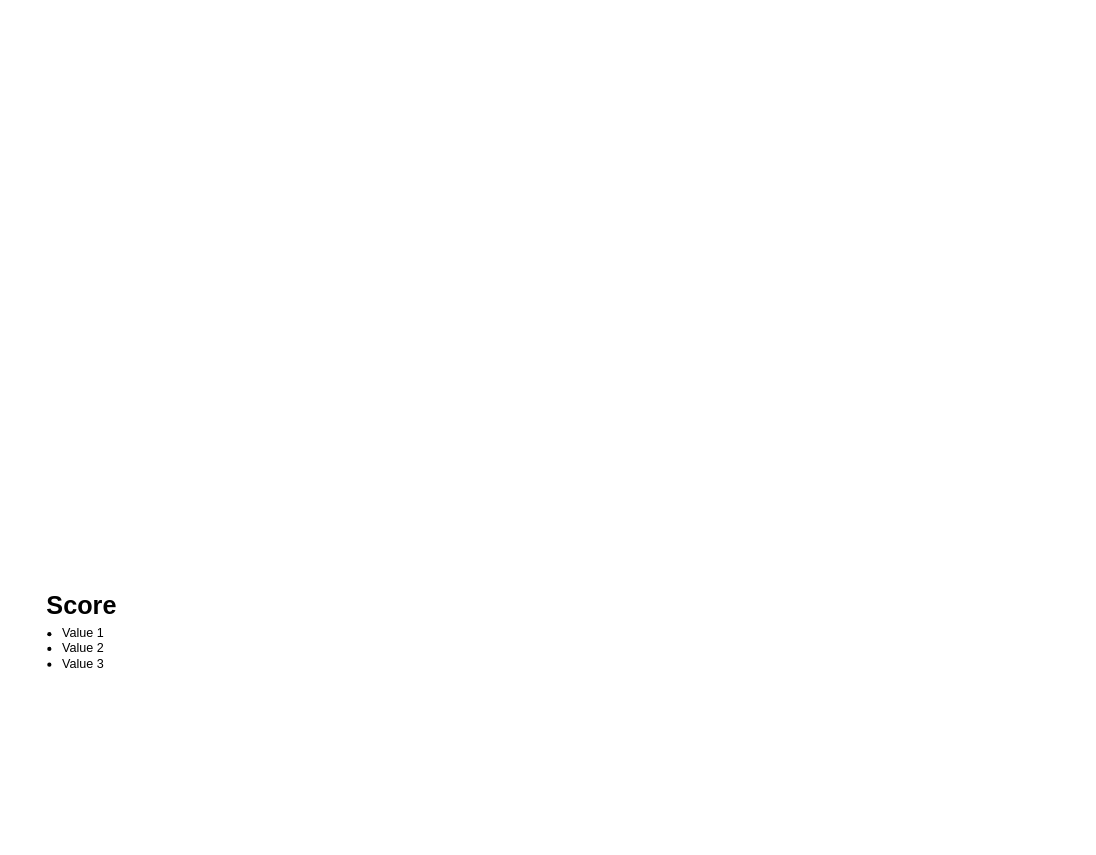
icheglakov/diagrams_ keeps this draw.io diagram as bet.drawio. Above is the earlier version. Source tidied: cells renumbered, new cells numbered last; positions are measured from the earlier drawing's top-left corner, leaving out a move shared by most shapes. Both pictures are drawn from the tidied source at 105%, with x=0, y=0 at pixel (18, 585).
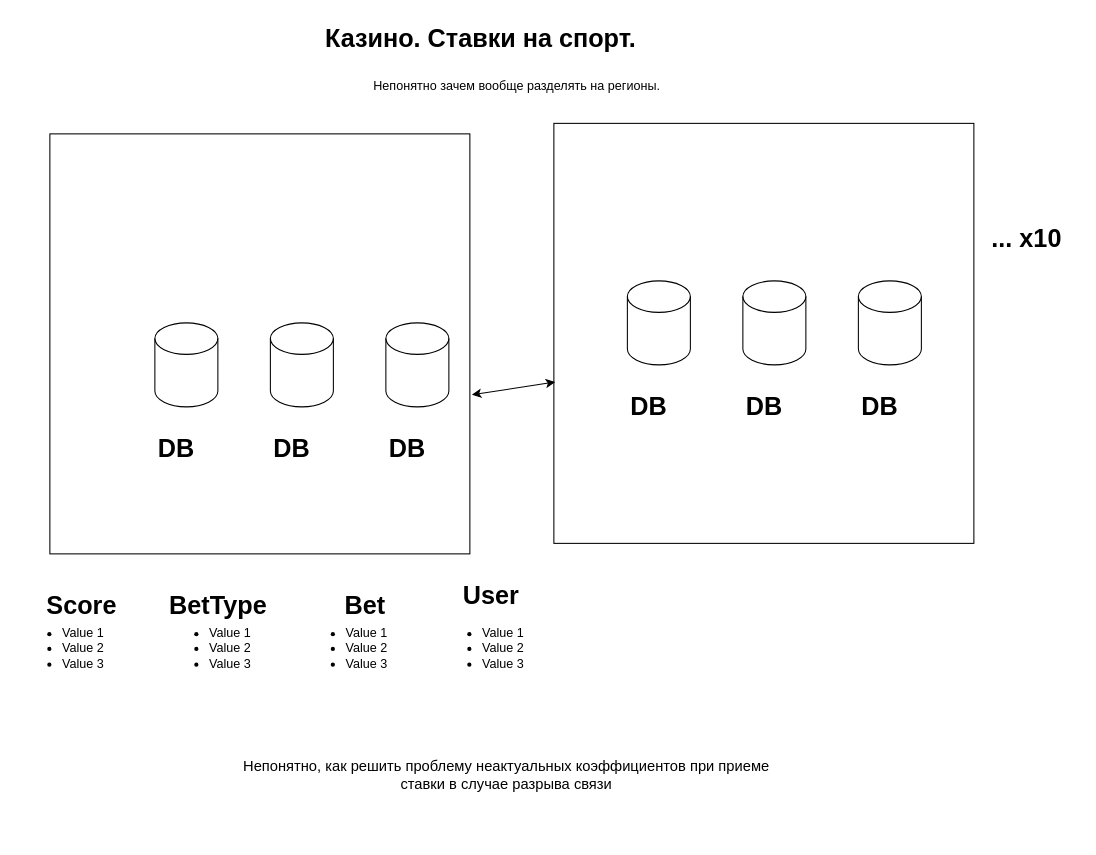
The same diagram, later.

What changed in the source:
```diff
@@
+    <mxCell id="4" style="whiteSpace=wrap;html=1;" parent="1" vertex="1">
+      <mxGeometry x="30" y="-430" width="400" height="400" as="geometry" />
+    </mxCell>
@@
+    <mxCell id="5" value="&lt;ul&gt;&lt;li&gt;Value 1&lt;/li&gt;&lt;li&gt;Value 2&lt;/li&gt;&lt;li&gt;Value 3&lt;/li&gt;&lt;/ul&gt;" style="text;strokeColor=none;fillColor=none;html=1;whiteSpace=wrap;verticalAlign=middle;overflow=hidden;" parent="1" vertex="1">
+      <mxGeometry x="140" y="20" width="100" height="80" as="geometry" />
+    </mxCell>
+    <mxCell id="6" value="BetType" style="text;strokeColor=none;fillColor=none;html=1;fontSize=24;fontStyle=1;verticalAlign=middle;align=center;" parent="1" vertex="1">
+      <mxGeometry x="140" width="100" height="40" as="geometry" />
+    </mxCell>
+    <mxCell id="7" value="&lt;ul&gt;&lt;li&gt;Value 1&lt;/li&gt;&lt;li&gt;Value 2&lt;/li&gt;&lt;li&gt;Value 3&lt;/li&gt;&lt;/ul&gt;" style="text;strokeColor=none;fillColor=none;html=1;whiteSpace=wrap;verticalAlign=middle;overflow=hidden;" parent="1" vertex="1">
+      <mxGeometry x="270" y="20" width="100" height="80" as="geometry" />
+    </mxCell>
+    <mxCell id="8" value="Bet" style="text;strokeColor=none;fillColor=none;html=1;fontSize=24;fontStyle=1;verticalAlign=middle;align=center;" parent="1" vertex="1">
+      <mxGeometry x="280" width="100" height="40" as="geometry" />
+    </mxCell>
+    <mxCell id="9" value="Казино. Ставки на спорт." style="text;strokeColor=none;fillColor=none;html=1;fontSize=24;fontStyle=1;verticalAlign=middle;align=center;" parent="1" vertex="1">
+      <mxGeometry x="390" y="-540" width="100" height="40" as="geometry" />
+    </mxCell>
+    <mxCell id="10" value="User" style="text;strokeColor=none;fillColor=none;html=1;fontSize=24;fontStyle=1;verticalAlign=middle;align=center;" parent="1" vertex="1">
+      <mxGeometry x="400" y="-10" width="100" height="40" as="geometry" />
+    </mxCell>
+    <mxCell id="11" value="&lt;ul&gt;&lt;li&gt;Value 1&lt;/li&gt;&lt;li&gt;Value 2&lt;/li&gt;&lt;li&gt;Value 3&lt;/li&gt;&lt;/ul&gt;" style="text;strokeColor=none;fillColor=none;html=1;whiteSpace=wrap;verticalAlign=middle;overflow=hidden;" parent="1" vertex="1">
+      <mxGeometry x="400" y="20" width="100" height="80" as="geometry" />
+    </mxCell>
+    <mxCell id="12" style="whiteSpace=wrap;html=1;" parent="1" vertex="1">
+      <mxGeometry x="510" y="-440" width="400" height="400" as="geometry" />
+    </mxCell>
+    <mxCell id="13" value="... x10" style="text;strokeColor=none;fillColor=none;html=1;fontSize=24;fontStyle=1;verticalAlign=middle;align=center;" parent="1" vertex="1">
+      <mxGeometry x="910" y="-350" width="100" height="40" as="geometry" />
+    </mxCell>
+    <mxCell id="14" value="&lt;font style=&quot;font-size: 14px;&quot;&gt;Непонятно, как решить проблему неактуальных коэффициентов при приеме ставки в случае разрыва связи&lt;/font&gt;" style="text;html=1;strokeColor=none;fillColor=none;align=center;verticalAlign=middle;whiteSpace=wrap;rounded=0;" parent="1" vertex="1">
+      <mxGeometry x="210" y="120" width="510" height="120" as="geometry" />
+    </mxCell>
+    <mxCell id="15" style="shape=cylinder3;whiteSpace=wrap;html=1;boundedLbl=1;backgroundOutline=1;size=15;" parent="1" vertex="1">
+      <mxGeometry x="130" y="-250" width="60" height="80" as="geometry" />
+    </mxCell>
+    <mxCell id="16" style="shape=cylinder3;whiteSpace=wrap;html=1;boundedLbl=1;backgroundOutline=1;size=15;" parent="1" vertex="1">
+      <mxGeometry x="350" y="-250" width="60" height="80" as="geometry" />
+    </mxCell>
+    <mxCell id="17" style="shape=cylinder3;whiteSpace=wrap;html=1;boundedLbl=1;backgroundOutline=1;size=15;" parent="1" vertex="1">
+      <mxGeometry x="240" y="-250" width="60" height="80" as="geometry" />
+    </mxCell>
+    <mxCell id="18" value="DB" style="text;strokeColor=none;fillColor=none;html=1;fontSize=24;fontStyle=1;verticalAlign=middle;align=center;" parent="1" vertex="1">
+      <mxGeometry x="100" y="-150" width="100" height="40" as="geometry" />
+    </mxCell>
+    <mxCell id="19" value="DB" style="text;strokeColor=none;fillColor=none;html=1;fontSize=24;fontStyle=1;verticalAlign=middle;align=center;" parent="1" vertex="1">
+      <mxGeometry x="320" y="-150" width="100" height="40" as="geometry" />
+    </mxCell>
+    <mxCell id="20" value="DB" style="text;strokeColor=none;fillColor=none;html=1;fontSize=24;fontStyle=1;verticalAlign=middle;align=center;" parent="1" vertex="1">
+      <mxGeometry x="210" y="-150" width="100" height="40" as="geometry" />
+    </mxCell>
+    <mxCell id="21" style="endArrow=classic;startArrow=classic;html=1;rounded=0;exitX=1.005;exitY=0.621;exitDx=0;exitDy=0;exitPerimeter=0;entryX=0.003;entryY=0.616;entryDx=0;entryDy=0;entryPerimeter=0;" parent="1" edge="1" source="4" target="12">
+      <mxGeometry relative="1" as="geometry" />
+    </mxCell>
+    <mxCell id="22" value="Непонятно зачем вообще разделять на регионы." style="text;html=1;strokeColor=none;fillColor=none;align=center;verticalAlign=middle;whiteSpace=wrap;rounded=0;" parent="1" vertex="1">
+      <mxGeometry x="140" y="-490" width="670" height="30" as="geometry" />
+    </mxCell>
+    <mxCell id="23" style="shape=cylinder3;whiteSpace=wrap;html=1;boundedLbl=1;backgroundOutline=1;size=15;" parent="1" vertex="1">
+      <mxGeometry x="580" y="-290" width="60" height="80" as="geometry" />
+    </mxCell>
+    <mxCell id="24" style="shape=cylinder3;whiteSpace=wrap;html=1;boundedLbl=1;backgroundOutline=1;size=15;" parent="1" vertex="1">
+      <mxGeometry x="800" y="-290" width="60" height="80" as="geometry" />
+    </mxCell>
+    <mxCell id="25" style="shape=cylinder3;whiteSpace=wrap;html=1;boundedLbl=1;backgroundOutline=1;size=15;" parent="1" vertex="1">
+      <mxGeometry x="690" y="-290" width="60" height="80" as="geometry" />
+    </mxCell>
+    <mxCell id="26" value="DB" style="text;strokeColor=none;fillColor=none;html=1;fontSize=24;fontStyle=1;verticalAlign=middle;align=center;" parent="1" vertex="1">
+      <mxGeometry x="550" y="-190" width="100" height="40" as="geometry" />
+    </mxCell>
+    <mxCell id="27" value="DB" style="text;strokeColor=none;fillColor=none;html=1;fontSize=24;fontStyle=1;verticalAlign=middle;align=center;" parent="1" vertex="1">
+      <mxGeometry x="770" y="-190" width="100" height="40" as="geometry" />
+    </mxCell>
+    <mxCell id="28" value="DB" style="text;strokeColor=none;fillColor=none;html=1;fontSize=24;fontStyle=1;verticalAlign=middle;align=center;" parent="1" vertex="1">
+      <mxGeometry x="660" y="-190" width="100" height="40" as="geometry" />
+    </mxCell>
```
